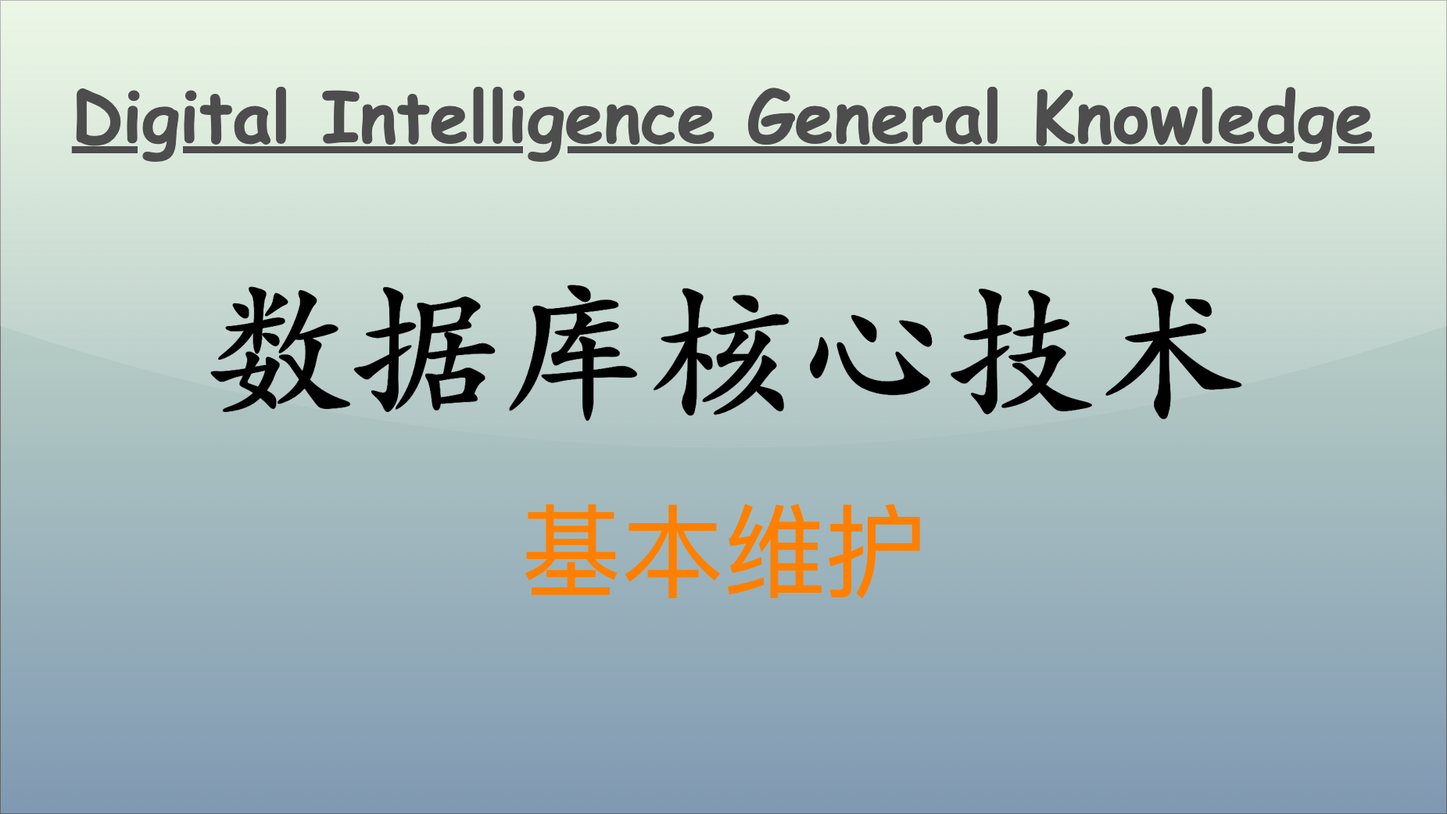
This is articles/general/the-essence-of-computing/assets/数据库核心技术：基本维护（PostgreSQL）.drawio.png from ThreeFish-AI/threefish-ai.github.io, a draw.io export, as it was before one commit. Source tidied: cells renumbered, new cells last; positions are measured from the earlier drawing's top-left corner, leaving out a move shared by most shapes.
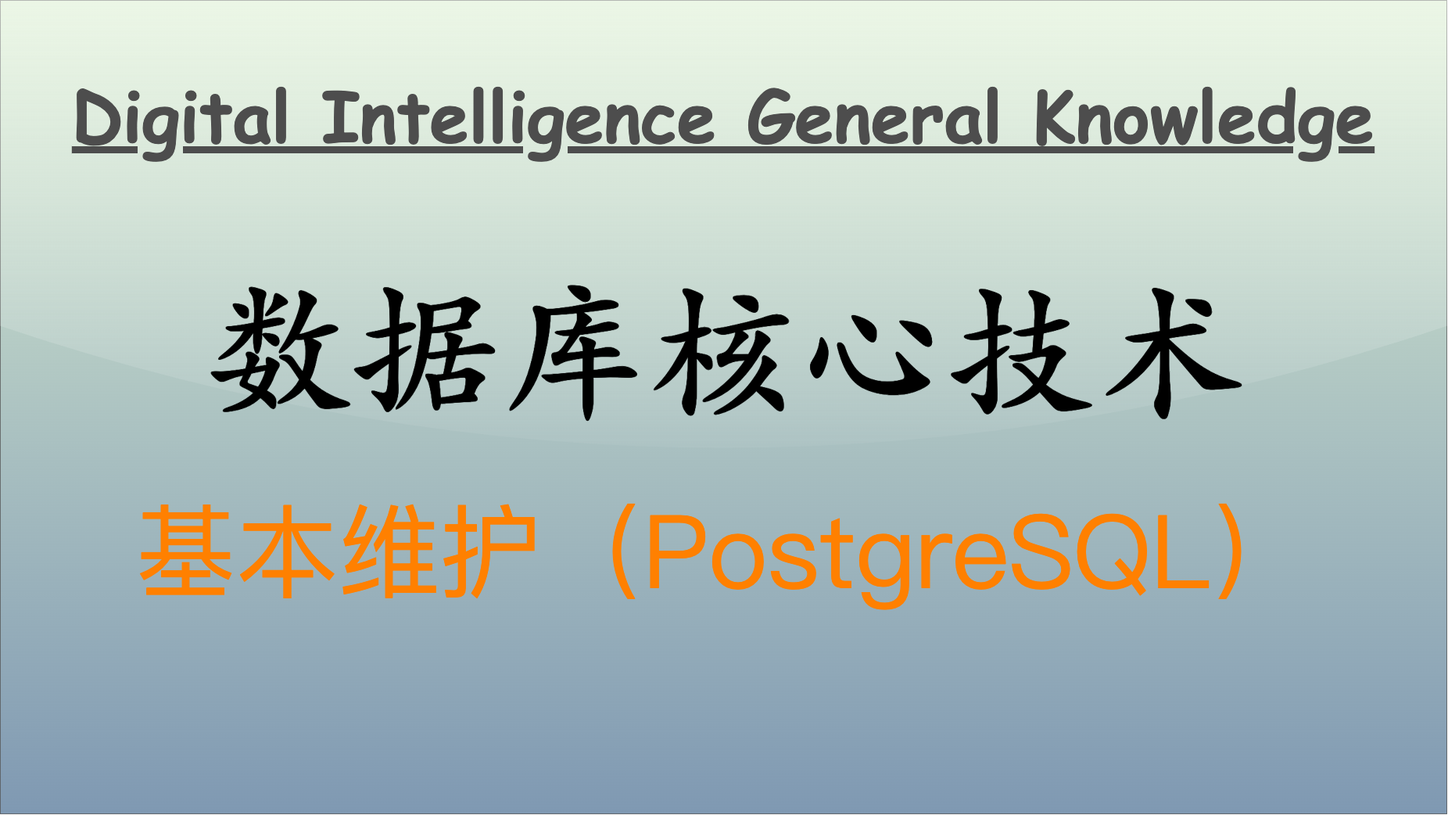
Later version of the same file.

The edit, as a diff of the source:
```diff
@@ -5,8 +5,8 @@
     <mxCell id="2" style="rounded=0;whiteSpace=wrap;html=1;spacingLeft=470;opacity=50;textOpacity=50;gradientColor=#003366;fillColor=#B9E0A5;glass=1;shadow=0;" parent="1" vertex="1">
       <mxGeometry width="1850" height="1040" as="geometry" />
     </mxCell>
-    <mxCell id="3" value="&lt;span style=&quot;font-family: 宋体; text-align: left; background-color: initial;&quot;&gt;&lt;font color=&quot;#ff8000&quot;&gt;基本维护&lt;/font&gt;&lt;/span&gt;" style="text;html=1;align=center;verticalAlign=middle;strokeColor=none;fillColor=none;fontSize=130;fontColor=default;" parent="1" vertex="1">
-      <mxGeometry x="655" y="620" width="540" height="170" as="geometry" />
+    <mxCell id="3" value="&lt;span style=&quot;font-family: 宋体; text-align: left; background-color: initial;&quot;&gt;&lt;font color=&quot;#ff8000&quot;&gt;基本维护（PostgreSQL）&lt;/font&gt;&lt;/span&gt;" style="text;html=1;align=center;verticalAlign=middle;strokeColor=none;fillColor=none;fontSize=130;fontColor=default;" parent="1" vertex="1">
+      <mxGeometry x="160" y="620" width="1530" height="170" as="geometry" />
     </mxCell>
     <mxCell id="4" value="Digital Intelligence General Knowledge" style="text;align=center;verticalAlign=top;strokeColor=none;fillColor=none;fontColor=#4D4D4D;fontFamily=Comic Sans MS;rotation=0;rounded=0;labelBackgroundColor=none;labelBorderColor=none;gradientColor=#B3B3B3;textShadow=0;fontSize=90;fontStyle=5;" parent="1" vertex="1">
       <mxGeometry x="80" y="86" width="1690" height="120" as="geometry" />
```
